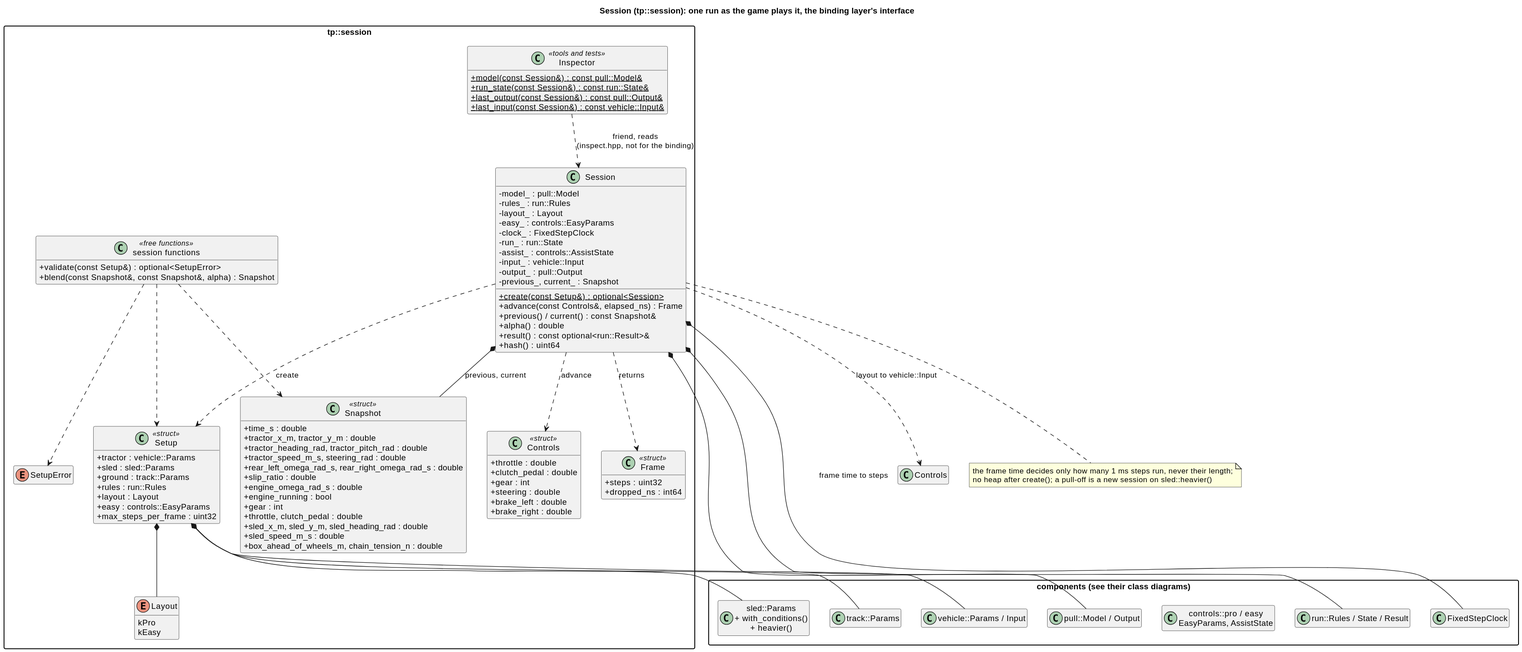
wversteeg/TractorPulling keeps this PlantUML diagram as docs/diagrams/svg/session_classes.svg. Above is the earlier version.
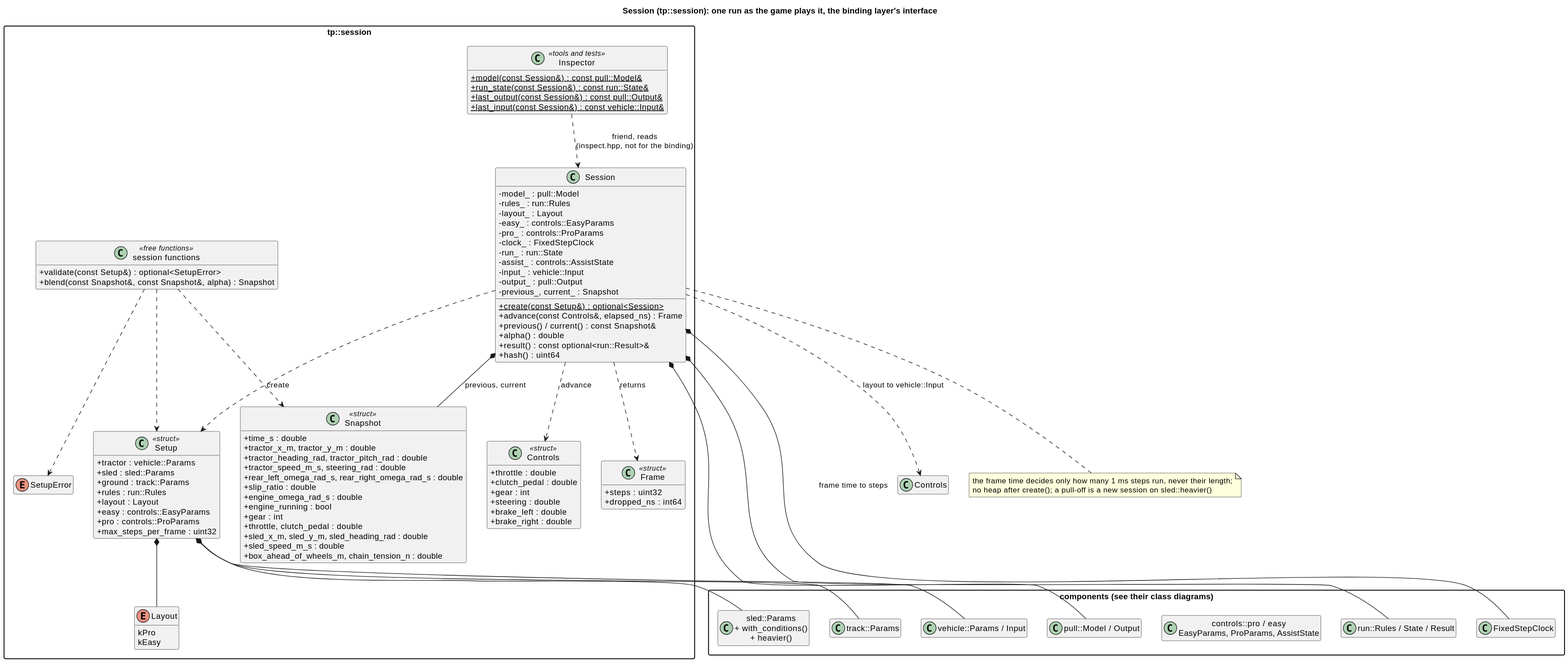
After the commit.

The edit, as a diff of the source:
```diff
@@ -7,7 +7,7 @@
 package "components (see their class diagrams)" {
   class "pull::Model / Output" as Pull
   class "run::Rules / State / Result" as Run
-  class "controls::pro / easy\nEasyParams, AssistState" as Controls
+  class "controls::pro / easy\nEasyParams, ProParams, AssistState" as Controls
   class "FixedStepClock" as Clock
   class "vehicle::Params / Input" as Vehicle
   class "sled::Params\n+ with_conditions()\n+ heavier()" as Sled
@@ -26,6 +26,7 @@
     +rules : run::Rules
     +layout : Layout
     +easy : controls::EasyParams
+    +pro : controls::ProParams
     +max_steps_per_frame : uint32
   }
   enum SetupError
@@ -61,6 +62,7 @@
     -rules_ : run::Rules
     -layout_ : Layout
     -easy_ : controls::EasyParams
+    -pro_ : controls::ProParams
     -clock_ : FixedStepClock
     -run_ : run::State
     -assist_ : controls::AssistState
```
